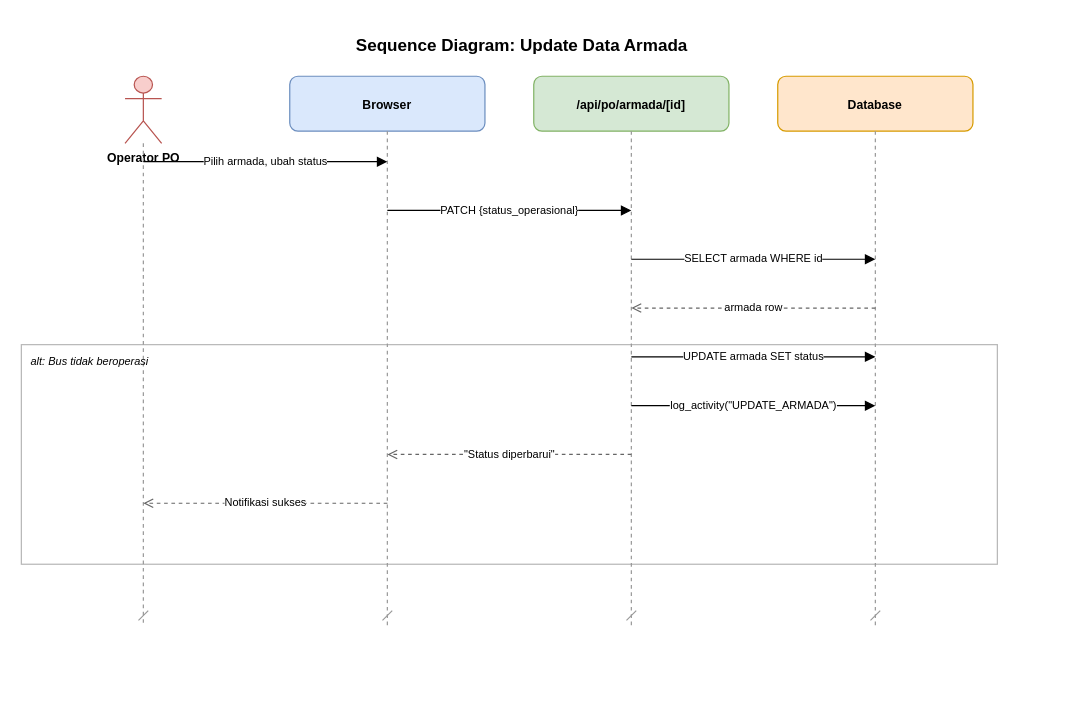
Earlier version of the draw.io diagram docs/diagrams/sequence/06-sq-update-armada.drawio (RyanGLoomy/terminal-iwkbu). Source tidied: cells renumbered, new cells numbered last; positions are measured from the earlier drawing's top-left corner, leaving out a move shared by most shapes. Both pictures are drawn from the tidied source at 122%, with x=0, y=0 at pixel (21, 27).
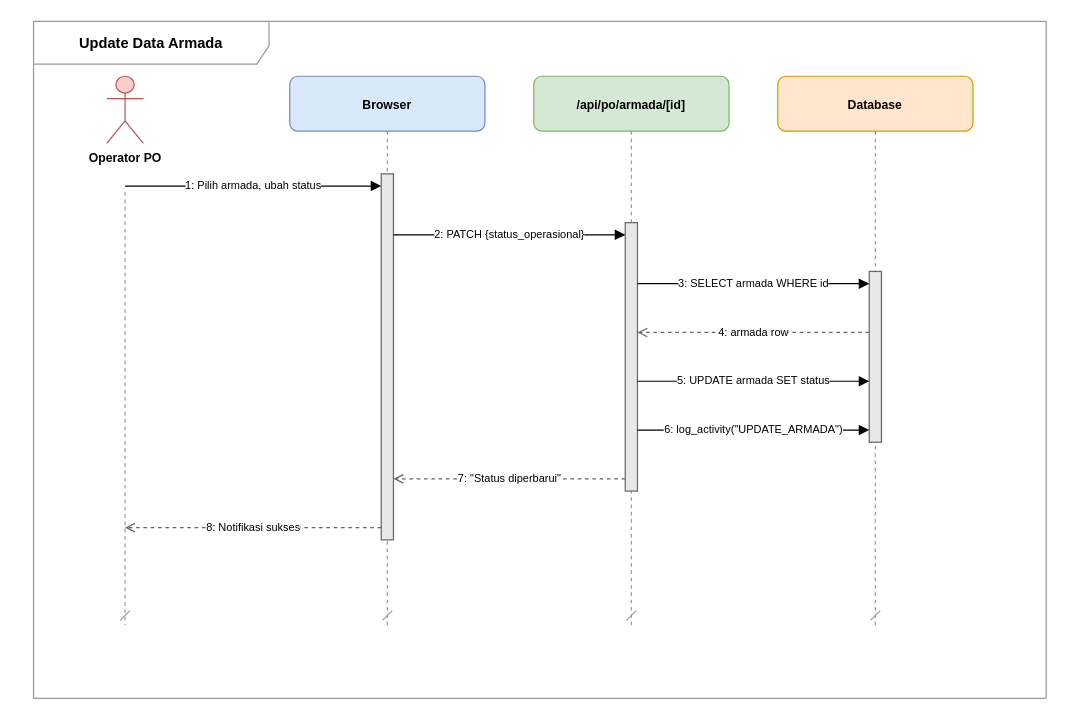
After the change.

Diff of the diagram source:
```diff
@@
-    <mxCell id="2" value="Sequence Diagram: Update Data Armada" style="text;html=1;align=center;verticalAlign=middle;fontSize=14;fontStyle=1;strokeColor=none;fillColor=none;" parent="1" vertex="1">
-      <mxGeometry x="40" width="740" height="30" as="geometry" />
-    </mxCell>
+    <mxCell id="20" value="Update Data Armada" style="shape=umlFrame;whiteSpace=wrap;html=1;fillColor=none;strokeColor=#999999;fontSize=12;fontStyle=1;lightOpacity=50;tabWidth=193;tabHeight=22;width=193;height=35;" parent="1" vertex="1">
+      <mxGeometry x="10" y="-5" width="830" height="555" as="geometry" />
+    </mxCell>
     <mxCell id="3" value="Operator PO" style="shape=umlActor;verticalLabelPosition=bottom;verticalAlign=top;html=1;fillColor=#f8cecc;strokeColor=#b85450;fontStyle=1;fontSize=10;" parent="1" vertex="1">
-      <mxGeometry x="85" y="40" width="30" height="55" as="geometry" />
+      <mxGeometry x="70" y="40" width="30" height="55" as="geometry" />
     </mxCell>
     <mxCell id="4" style="endArrow=dash;dashed=1;html=1;strokeWidth=1;strokeColor=#999999;" parent="1" edge="1">
       <mxGeometry relative="1" as="geometry">
-        <mxPoint x="100" y="95" as="sourcePoint" />
-        <mxPoint x="100" y="490" as="targetPoint" />
+        <mxPoint x="85" y="135" as="sourcePoint" />
+        <mxPoint x="85" y="490" as="targetPoint" />
       </mxGeometry>
     </mxCell>
@@
-    <mxCell id="11" value="alt: Bus tidak beroperasi" style="rounded=0;whiteSpace=wrap;html=1;fillColor=none;strokeColor=#999999;dashed=0;verticalAlign=top;align=left;spacingTop=2;spacingLeft=6;fontSize=9;fontStyle=2;opacity=70;" parent="1" vertex="1">
-      <mxGeometry y="260" width="800" height="180" as="geometry" />
-    </mxCell>
+    <mxCell id="21" style="rounded=0;whiteSpace=wrap;html=1;fillColor=#e8e8e8;strokeColor=#666666;strokeWidth=1;" parent="1" vertex="1">
+      <mxGeometry x="295" y="120" width="10" height="300" as="geometry" />
+    </mxCell>
+    <mxCell id="22" style="rounded=0;whiteSpace=wrap;html=1;fillColor=#e8e8e8;strokeColor=#666666;strokeWidth=1;" parent="1" vertex="1">
+      <mxGeometry x="495" y="160" width="10" height="220" as="geometry" />
+    </mxCell>
+    <mxCell id="23" style="rounded=0;whiteSpace=wrap;html=1;fillColor=#e8e8e8;strokeColor=#666666;strokeWidth=1;" parent="1" vertex="1">
+      <mxGeometry x="695" y="200" width="10" height="140" as="geometry" />
+    </mxCell>
-    <mxCell id="12" value="Pilih armada, ubah status" style="endArrow=block;endFill=1;html=1;fontSize=9;" parent="1" edge="1">
+    <mxCell id="12" value="1: Pilih armada, ubah status" style="endArrow=block;endFill=1;html=1;fontSize=9;" parent="1" edge="1">
       <mxGeometry relative="1" as="geometry">
-        <mxPoint x="100" y="110" as="sourcePoint" />
-        <mxPoint x="300" y="110" as="targetPoint" />
+        <mxPoint x="85" y="130" as="sourcePoint" />
+        <mxPoint x="295" y="130" as="targetPoint" />
       </mxGeometry>
     </mxCell>
-    <mxCell id="13" value="PATCH {status_operasional}" style="endArrow=block;endFill=1;html=1;fontSize=9;" parent="1" edge="1">
+    <mxCell id="13" value="2: PATCH {status_operasional}" style="endArrow=block;endFill=1;html=1;fontSize=9;" parent="1" edge="1">
       <mxGeometry relative="1" as="geometry">
-        <mxPoint x="300" y="150" as="sourcePoint" />
-        <mxPoint x="500" y="150" as="targetPoint" />
+        <mxPoint x="305" y="170" as="sourcePoint" />
+        <mxPoint x="495" y="170" as="targetPoint" />
       </mxGeometry>
     </mxCell>
-    <mxCell id="14" value="SELECT armada WHERE id" style="endArrow=block;endFill=1;html=1;fontSize=9;" parent="1" edge="1">
+    <mxCell id="14" value="3: SELECT armada WHERE id" style="endArrow=block;endFill=1;html=1;fontSize=9;" parent="1" edge="1">
       <mxGeometry relative="1" as="geometry">
-        <mxPoint x="500" y="190" as="sourcePoint" />
-        <mxPoint x="700" y="190" as="targetPoint" />
+        <mxPoint x="505" y="210" as="sourcePoint" />
+        <mxPoint x="695" y="210" as="targetPoint" />
       </mxGeometry>
     </mxCell>
-    <mxCell id="15" value="armada row" style="endArrow=open;endFill=0;dashed=1;html=1;fontSize=9;strokeColor=#666666;" parent="1" edge="1">
+    <mxCell id="15" value="4: armada row" style="endArrow=open;endFill=0;dashed=1;html=1;fontSize=9;strokeColor=#666666;" parent="1" edge="1">
       <mxGeometry relative="1" as="geometry">
-        <mxPoint x="700" y="230" as="sourcePoint" />
-        <mxPoint x="500" y="230" as="targetPoint" />
+        <mxPoint x="695" y="250" as="sourcePoint" />
+        <mxPoint x="505" y="250" as="targetPoint" />
       </mxGeometry>
     </mxCell>
-    <mxCell id="16" value="UPDATE armada SET status" style="endArrow=block;endFill=1;html=1;fontSize=9;" parent="1" edge="1">
+    <mxCell id="16" value="5: UPDATE armada SET status" style="endArrow=block;endFill=1;html=1;fontSize=9;" parent="1" edge="1">
       <mxGeometry relative="1" as="geometry">
-        <mxPoint x="500" y="270" as="sourcePoint" />
-        <mxPoint x="700" y="270" as="targetPoint" />
+        <mxPoint x="505" y="290" as="sourcePoint" />
+        <mxPoint x="695" y="290" as="targetPoint" />
       </mxGeometry>
     </mxCell>
-    <mxCell id="17" value="log_activity(&quot;UPDATE_ARMADA&quot;)" style="endArrow=block;endFill=1;html=1;fontSize=9;" parent="1" edge="1">
+    <mxCell id="17" value="6: log_activity(&quot;UPDATE_ARMADA&quot;)" style="endArrow=block;endFill=1;html=1;fontSize=9;" parent="1" edge="1">
       <mxGeometry relative="1" as="geometry">
-        <mxPoint x="500" y="310" as="sourcePoint" />
-        <mxPoint x="700" y="310" as="targetPoint" />
+        <mxPoint x="505" y="330" as="sourcePoint" />
+        <mxPoint x="695" y="330" as="targetPoint" />
       </mxGeometry>
     </mxCell>
-    <mxCell id="18" value="&quot;Status diperbarui&quot;" style="endArrow=open;endFill=0;dashed=1;html=1;fontSize=9;strokeColor=#666666;" parent="1" edge="1">
+    <mxCell id="18" value="7: &quot;Status diperbarui&quot;" style="endArrow=open;endFill=0;dashed=1;html=1;fontSize=9;strokeColor=#666666;" parent="1" edge="1">
       <mxGeometry relative="1" as="geometry">
-        <mxPoint x="500" y="350" as="sourcePoint" />
-        <mxPoint x="300" y="350" as="targetPoint" />
+        <mxPoint x="495" y="370" as="sourcePoint" />
+        <mxPoint x="305" y="370" as="targetPoint" />
       </mxGeometry>
     </mxCell>
-    <mxCell id="19" value="Notifikasi sukses" style="endArrow=open;endFill=0;dashed=1;html=1;fontSize=9;strokeColor=#666666;" parent="1" edge="1">
+    <mxCell id="19" value="8: Notifikasi sukses" style="endArrow=open;endFill=0;dashed=1;html=1;fontSize=9;strokeColor=#666666;" parent="1" edge="1">
       <mxGeometry relative="1" as="geometry">
-        <mxPoint x="300" y="390" as="sourcePoint" />
-        <mxPoint x="100" y="390" as="targetPoint" />
+        <mxPoint x="295" y="410" as="sourcePoint" />
+        <mxPoint x="85" y="410" as="targetPoint" />
       </mxGeometry>
     </mxCell>
```
